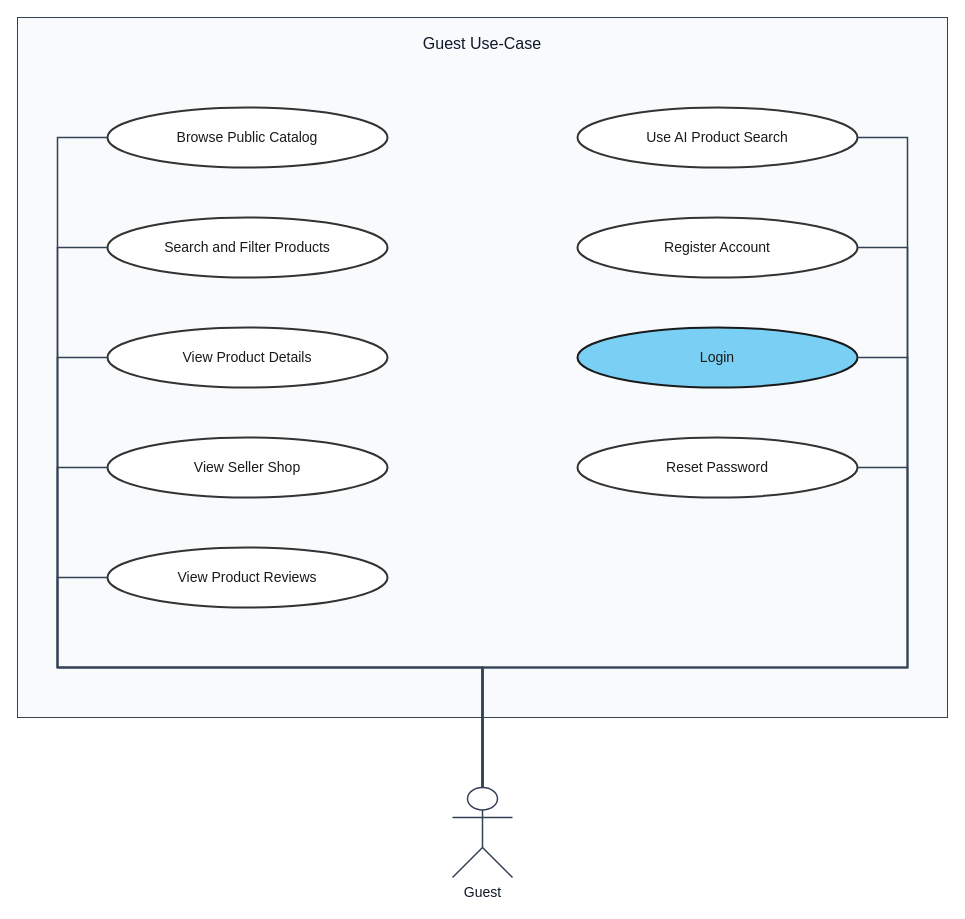
e-commercial-marketplace/commerce-platform-docs keeps this draw.io diagram as usecase-diagram/guest-usecases.drawio. Above is the earlier version. Source tidied: cells renumbered, new cells numbered last; positions are measured from the earlier drawing's top-left corner, leaving out a move shared by most shapes. Both pictures are drawn from the tidied source at 100%, with x=0, y=0 at pixel (17, 17).
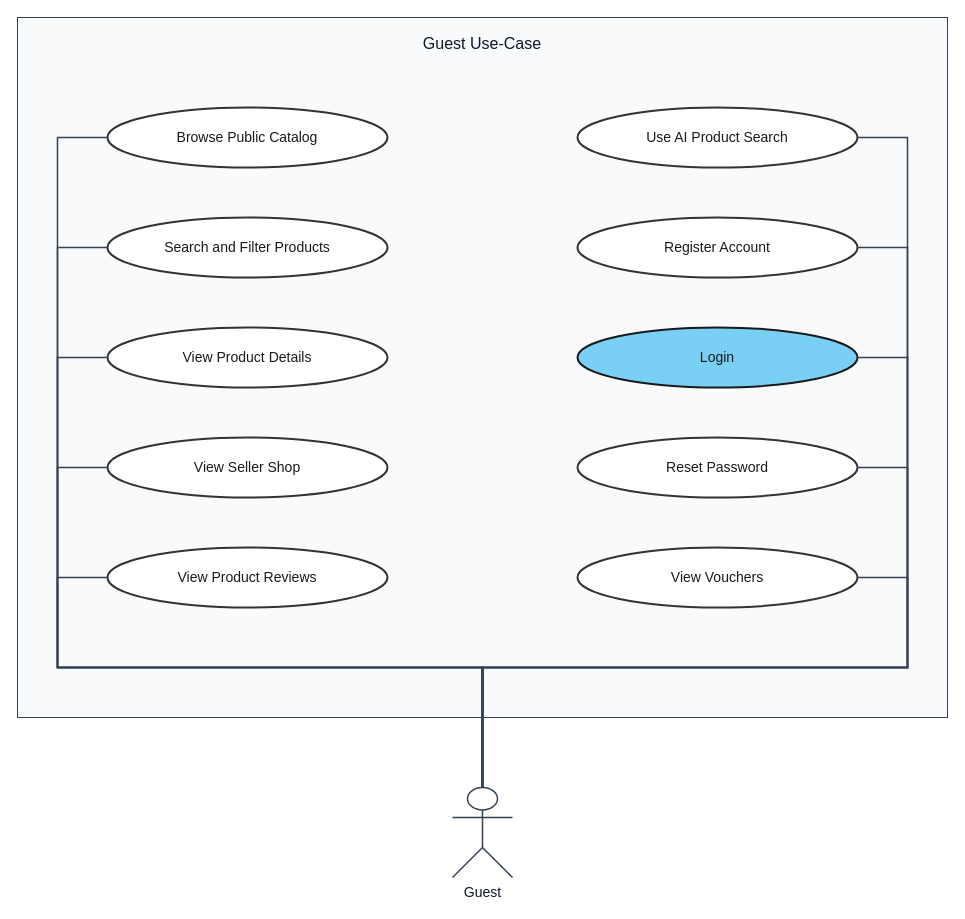
The same page after the edit.

Unchanged cells that the change refers to:
```xml
<mxCell id="12" value="Guest" style="shape=umlActor;verticalLabelPosition=bottom;verticalAlign=top;html=1;outlineConnect=0;fillColor=#ffffff;strokeColor=#334155;strokeWidth=1.5;fontColor=#0f172a;fontSize=14;fontStyle=0;" parent="1" vertex="1">
  <mxGeometry x="435" y="770" width="60" height="90" as="geometry" />
</mxCell>
```

Diff of the diagram source:
```diff
@@
+    <mxCell id="22" value="View Vouchers" style="ellipse;whiteSpace=wrap;html=1;align=center;verticalAlign=middle;fillColor=#ffffff;strokeColor=#333333;strokeWidth=2;fontColor=#1A1A1A;fontSize=14;fontStyle=0;" parent="1" vertex="1">
+      <mxGeometry x="560" y="530" width="280" height="60" as="geometry" />
+    </mxCell>
@@
+    <mxCell id="23" style="endArrow=none;html=1;rounded=0;strokeColor=#334155;strokeWidth=1.5;exitX=0.5;exitY=0;exitDx=0;exitDy=0;exitPerimeter=0;entryX=1;entryY=0.5;entryDx=0;entryDy=0;entryPerimeter=0;" parent="1" edge="1" source="12" target="22">
+      <mxGeometry relative="1" as="geometry">
+        <Array as="points">
+          <mxPoint x="465" y="650" />
+          <mxPoint x="890" y="650" />
+          <mxPoint x="890" y="560" />
+        </Array>
+        <mxPoint y="-11" as="offset" />
+      </mxGeometry>
+    </mxCell>
```
